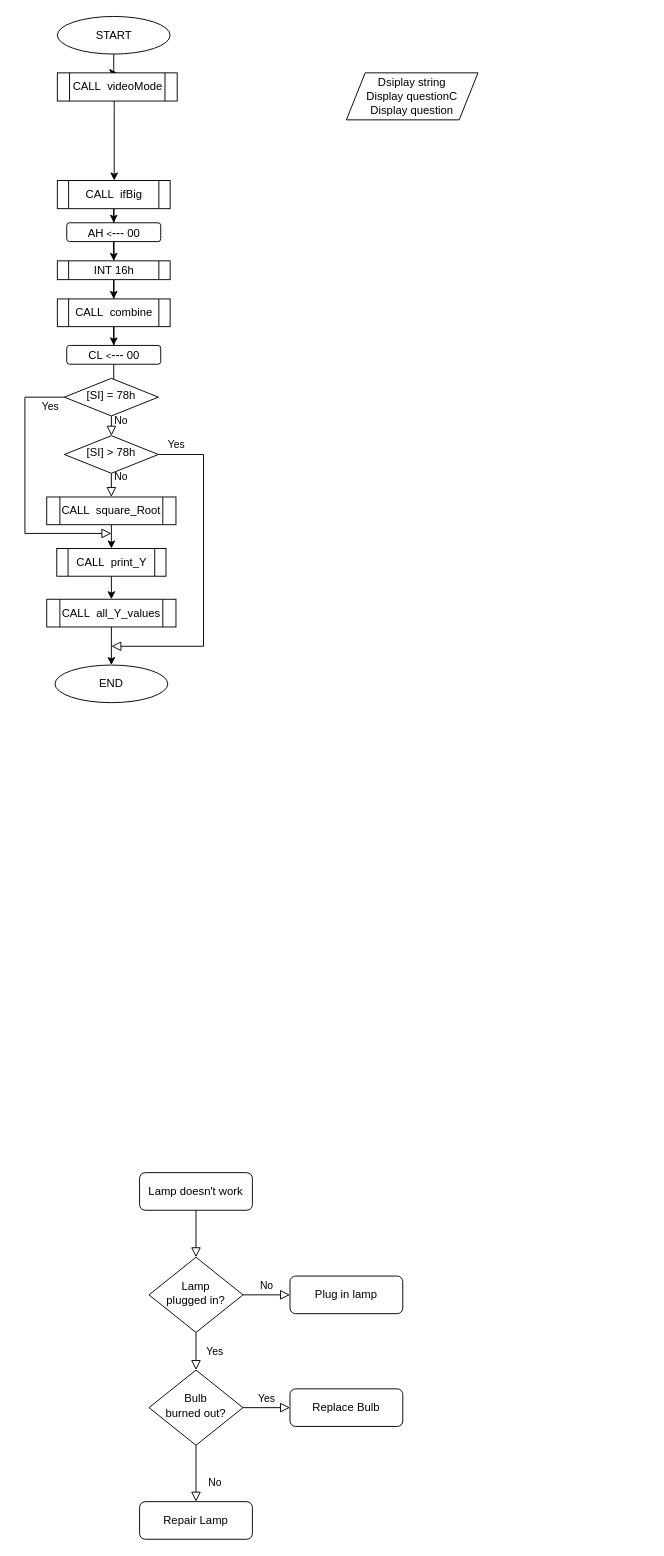
Before: micro_mt2_2.drawio in mmuurraatt/My-Projects-On-Github, a draw.io diagram. Source tidied: cells renumbered, new cells numbered last; positions are measured from the earlier drawing's top-left corner, leaving out a move shared by most shapes. Both pictures are drawn from the tidied source at 94%, with x=0, y=0 at pixel (24, 16).
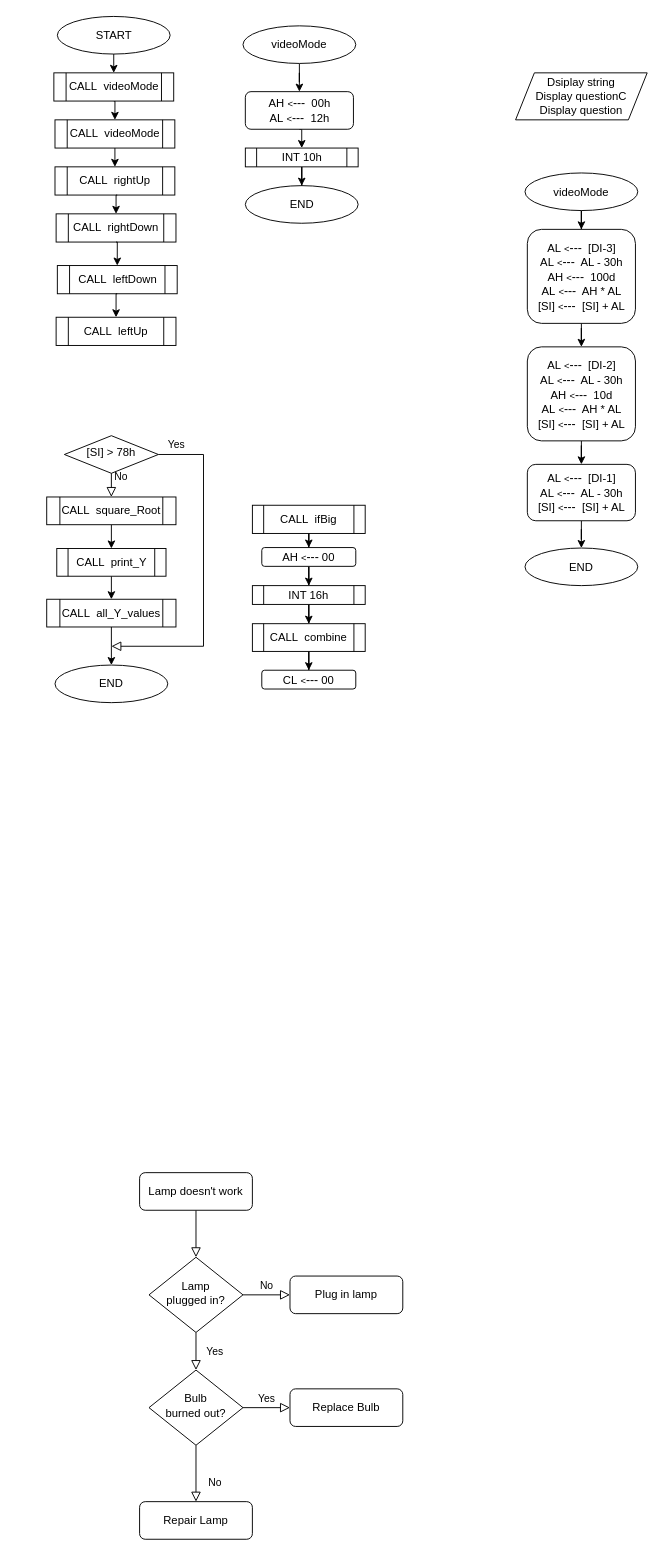
The same diagram, later.

The change refers to these unchanged cells:
```xml
<mxCell id="31" value="[SI] &amp;gt; 78h" style="rhombus;whiteSpace=wrap;html=1;shadow=0;fontFamily=Helvetica;fontSize=12;align=center;strokeWidth=1;spacing=6;spacingTop=-4;" parent="1" vertex="1">
  <mxGeometry x="42" y="446" width="100" height="40" as="geometry" />
</mxCell>
```

Diff of the diagram source:
```diff
@@
     <mxCell id="15" value="Dsiplay string&lt;br&gt;Display questionC&lt;br&gt;Display question" style="shape=parallelogram;perimeter=parallelogramPerimeter;whiteSpace=wrap;html=1;fixedSize=1;" parent="1" vertex="1">
-      <mxGeometry x="342" y="60" width="140" height="50" as="geometry" />
+      <mxGeometry x="522" y="60" width="140" height="50" as="geometry" />
     </mxCell>
-    <mxCell id="16" style="edgeStyle=orthogonalEdgeStyle;rounded=0;jettySize=auto;html=1;" parent="1" edge="1" source="17" target="19">
-      <mxGeometry relative="1" as="geometry">
-        <Array as="points">
-          <mxPoint x="95" y="100" />
-          <mxPoint x="95" y="100" />
-        </Array>
-      </mxGeometry>
-    </mxCell>
+    <mxCell id="41" style="edgeStyle=orthogonalEdgeStyle;rounded=0;jettySize=auto;html=1;exitX=0.5;exitY=1;exitDx=0;exitDy=0;entryX=0.5;entryY=0;entryDx=0;entryDy=0;" parent="1" edge="1" source="17" target="43">
+      <mxGeometry relative="1" as="geometry" />
+    </mxCell>
     <mxCell id="17" value="CALL&amp;nbsp; videoMode" style="shape=process;whiteSpace=wrap;html=1;backgroundOutline=1;" parent="1" vertex="1">
-      <mxGeometry x="34.5" y="60" width="127.5" height="30" as="geometry" />
+      <mxGeometry x="30.8" y="60" width="127.5" height="30" as="geometry" />
     </mxCell>
@@
     <mxCell id="19" value="CALL&amp;nbsp; ifBig" style="shape=process;whiteSpace=wrap;html=1;backgroundOutline=1;" parent="1" vertex="1">
-      <mxGeometry x="34.5" y="174.5" width="120" height="30" as="geometry" />
+      <mxGeometry x="242" y="520" width="120" height="30" as="geometry" />
     </mxCell>
@@
     <mxCell id="21" value="AH&amp;nbsp;&lt;font style=&quot;font-size: 10px&quot;&gt;&amp;lt;&lt;/font&gt;&lt;font style=&quot;font-size: 13px&quot;&gt;---&lt;/font&gt;&amp;nbsp;00" style="rounded=1;whiteSpace=wrap;html=1;fontSize=12;glass=0;strokeWidth=1;shadow=0;" parent="1" vertex="1">
-      <mxGeometry x="44.5" y="219.5" width="100" height="20" as="geometry" />
+      <mxGeometry x="252" y="565" width="100" height="20" as="geometry" />
     </mxCell>
@@
     <mxCell id="23" value="INT 16h" style="shape=process;whiteSpace=wrap;html=1;backgroundOutline=1;" parent="1" vertex="1">
-      <mxGeometry x="34.5" y="260" width="120" height="20" as="geometry" />
+      <mxGeometry x="242" y="605.5" width="120" height="20" as="geometry" />
     </mxCell>
@@
     <mxCell id="25" value="CALL&amp;nbsp; combine" style="shape=process;whiteSpace=wrap;html=1;backgroundOutline=1;" parent="1" vertex="1">
-      <mxGeometry x="34.5" y="300.5" width="120" height="29.5" as="geometry" />
+      <mxGeometry x="242" y="646" width="120" height="29.5" as="geometry" />
     </mxCell>
-    <mxCell id="26" style="edgeStyle=orthogonalEdgeStyle;rounded=0;jettySize=auto;html=1;" parent="1" edge="1" source="27" target="28">
-      <mxGeometry relative="1" as="geometry" />
-    </mxCell>
     <mxCell id="27" value="CL&amp;nbsp;&lt;font style=&quot;font-size: 10px&quot;&gt;&amp;lt;&lt;/font&gt;&lt;font style=&quot;font-size: 13px&quot;&gt;---&lt;/font&gt;&amp;nbsp;00" style="rounded=1;whiteSpace=wrap;html=1;fontSize=12;glass=0;strokeWidth=1;shadow=0;" parent="1" vertex="1">
-      <mxGeometry x="44.5" y="350" width="100" height="20" as="geometry" />
+      <mxGeometry x="252" y="695.5" width="100" height="20" as="geometry" />
     </mxCell>
-    <mxCell id="28" value="[SI] = 78h" style="rhombus;whiteSpace=wrap;html=1;shadow=0;fontFamily=Helvetica;fontSize=12;align=center;strokeWidth=1;spacing=6;spacingTop=-4;" parent="1" vertex="1">
-      <mxGeometry x="42" y="385" width="100" height="40" as="geometry" />
-    </mxCell>
-    <mxCell id="29" value="No" style="edgeStyle=orthogonalEdgeStyle;rounded=0;html=1;jettySize=auto;fontSize=11;endArrow=block;endFill=0;endSize=8;strokeWidth=1;shadow=0;labelBackgroundColor=none;exitX=0.5;exitY=1;exitDx=0;exitDy=0;entryX=0.5;entryY=0;entryDx=0;entryDy=0;" parent="1" edge="1" source="28" target="31">
-      <mxGeometry x="-0.52" y="10" relative="1" as="geometry" />
-    </mxCell>
-    <mxCell id="30" value="Yes" style="rounded=0;html=1;jettySize=auto;fontSize=11;endArrow=block;endFill=0;endSize=8;strokeWidth=1;shadow=0;labelBackgroundColor=none;edgeStyle=orthogonalEdgeStyle;exitX=0;exitY=0.5;exitDx=0;exitDy=0;" parent="1" edge="1" source="28">
-      <mxGeometry x="-0.89" y="10" relative="1" as="geometry">
-        <mxPoint x="92" y="550" as="targetPoint" />
-        <Array as="points">
-          <mxPoint y="405" />
-          <mxPoint y="550" />
-        </Array>
-      </mxGeometry>
-    </mxCell>
@@
+    <mxCell id="42" style="edgeStyle=orthogonalEdgeStyle;rounded=0;jettySize=auto;html=1;exitX=0.5;exitY=1;exitDx=0;exitDy=0;entryX=0.5;entryY=0;entryDx=0;entryDy=0;" parent="1" edge="1" source="43" target="44">
+      <mxGeometry relative="1" as="geometry" />
+    </mxCell>
+    <mxCell id="43" value="CALL&amp;nbsp; videoMode" style="shape=process;whiteSpace=wrap;html=1;backgroundOutline=1;" parent="1" vertex="1">
+      <mxGeometry x="32" y="110" width="127.5" height="30" as="geometry" />
+    </mxCell>
+    <mxCell id="44" value="CALL&amp;nbsp; rightUp" style="shape=process;whiteSpace=wrap;html=1;backgroundOutline=1;" parent="1" vertex="1">
+      <mxGeometry x="32" y="160" width="127.5" height="30" as="geometry" />
+    </mxCell>
+    <mxCell id="45" style="edgeStyle=orthogonalEdgeStyle;rounded=0;jettySize=auto;html=1;exitX=0.5;exitY=1;exitDx=0;exitDy=0;entryX=0.5;entryY=0;entryDx=0;entryDy=0;" parent="1" edge="1" target="46">
+      <mxGeometry relative="1" as="geometry">
+        <mxPoint x="98.2" y="190" as="sourcePoint" />
+      </mxGeometry>
+    </mxCell>
+    <mxCell id="46" value="CALL&amp;nbsp; rightDown" style="shape=process;whiteSpace=wrap;html=1;backgroundOutline=1;" parent="1" vertex="1">
+      <mxGeometry x="33.2" y="210" width="127.5" height="30" as="geometry" />
+    </mxCell>
+    <mxCell id="47" style="edgeStyle=orthogonalEdgeStyle;rounded=0;jettySize=auto;html=1;exitX=0.5;exitY=1;exitDx=0;exitDy=0;entryX=0.5;entryY=0;entryDx=0;entryDy=0;" parent="1" edge="1" source="46" target="48">
+      <mxGeometry relative="1" as="geometry" />
+    </mxCell>
+    <mxCell id="48" value="CALL&amp;nbsp; leftDown" style="shape=process;whiteSpace=wrap;html=1;backgroundOutline=1;" parent="1" vertex="1">
+      <mxGeometry x="34.5" y="265" width="127.5" height="30" as="geometry" />
+    </mxCell>
+    <mxCell id="49" style="edgeStyle=orthogonalEdgeStyle;rounded=0;jettySize=auto;html=1;exitX=0.5;exitY=1;exitDx=0;exitDy=0;entryX=0.5;entryY=0;entryDx=0;entryDy=0;" parent="1" edge="1" target="50">
+      <mxGeometry relative="1" as="geometry">
+        <mxPoint x="98.2" y="295" as="sourcePoint" />
+      </mxGeometry>
+    </mxCell>
+    <mxCell id="50" value="CALL&amp;nbsp; leftUp" style="shape=process;whiteSpace=wrap;html=1;backgroundOutline=1;" parent="1" vertex="1">
+      <mxGeometry x="33.2" y="320" width="127.5" height="30" as="geometry" />
+    </mxCell>
+    <mxCell id="51" style="edgeStyle=orthogonalEdgeStyle;rounded=0;jettySize=auto;html=1;" parent="1" edge="1" source="52" target="54">
+      <mxGeometry relative="1" as="geometry" />
+    </mxCell>
+    <mxCell id="52" value="videoMode" style="ellipse;whiteSpace=wrap;html=1;" parent="1" vertex="1">
+      <mxGeometry x="232" y="10" width="120" height="40" as="geometry" />
+    </mxCell>
+    <mxCell id="53" style="edgeStyle=orthogonalEdgeStyle;rounded=0;jettySize=auto;html=1;exitX=0.5;exitY=1;exitDx=0;exitDy=0;entryX=0.5;entryY=0;entryDx=0;entryDy=0;" parent="1" edge="1" source="54" target="66">
+      <mxGeometry relative="1" as="geometry" />
+    </mxCell>
+    <mxCell id="54" value="AH&amp;nbsp;&lt;font style=&quot;font-size: 10px&quot;&gt;&amp;lt;&lt;/font&gt;&lt;font style=&quot;font-size: 13px&quot;&gt;---&lt;/font&gt;&amp;nbsp; 00h&lt;br&gt;AL&amp;nbsp;&lt;font style=&quot;font-size: 10px&quot;&gt;&amp;lt;&lt;/font&gt;&lt;font style=&quot;font-size: 13px&quot;&gt;---&lt;/font&gt;&amp;nbsp; 12h" style="rounded=1;whiteSpace=wrap;html=1;fontSize=12;glass=0;strokeWidth=1;shadow=0;" parent="1" vertex="1">
+      <mxGeometry x="234.5" y="80" width="115" height="40" as="geometry" />
+    </mxCell>
+    <mxCell id="55" value="END" style="ellipse;whiteSpace=wrap;html=1;" parent="1" vertex="1">
+      <mxGeometry x="234.5" y="180" width="120" height="40" as="geometry" />
+    </mxCell>
+    <mxCell id="56" style="edgeStyle=orthogonalEdgeStyle;rounded=0;jettySize=auto;html=1;" parent="1" edge="1" source="57" target="59">
+      <mxGeometry relative="1" as="geometry" />
+    </mxCell>
+    <mxCell id="57" value="videoMode" style="ellipse;whiteSpace=wrap;html=1;" parent="1" vertex="1">
+      <mxGeometry x="532" y="166.5" width="120" height="40" as="geometry" />
+    </mxCell>
+    <mxCell id="58" style="edgeStyle=orthogonalEdgeStyle;rounded=0;jettySize=auto;html=1;" parent="1" edge="1" source="59" target="61">
+      <mxGeometry relative="1" as="geometry" />
+    </mxCell>
+    <mxCell id="59" value="AL&amp;nbsp;&lt;font style=&quot;font-size: 10px&quot;&gt;&amp;lt;&lt;/font&gt;&lt;font style=&quot;font-size: 13px&quot;&gt;---&lt;/font&gt;&amp;nbsp; [DI-3]&lt;br&gt;AL&amp;nbsp;&lt;font style=&quot;font-size: 10px&quot;&gt;&amp;lt;&lt;/font&gt;&lt;font style=&quot;font-size: 13px&quot;&gt;---&lt;/font&gt;&amp;nbsp; AL - 30h&lt;br&gt;AH&amp;nbsp;&lt;font style=&quot;font-size: 10px&quot;&gt;&amp;lt;&lt;/font&gt;&lt;font style=&quot;font-size: 13px&quot;&gt;---&lt;/font&gt;&amp;nbsp; 100d&lt;br&gt;AL&amp;nbsp;&lt;font style=&quot;font-size: 10px&quot;&gt;&amp;lt;&lt;/font&gt;&lt;font style=&quot;font-size: 13px&quot;&gt;---&lt;/font&gt;&amp;nbsp; AH * AL&lt;br&gt;[SI]&amp;nbsp;&lt;font style=&quot;font-size: 10px&quot;&gt;&amp;lt;&lt;/font&gt;&lt;font style=&quot;font-size: 13px&quot;&gt;---&lt;/font&gt;&amp;nbsp; [SI] + AL" style="rounded=1;whiteSpace=wrap;html=1;fontSize=12;glass=0;strokeWidth=1;shadow=0;" parent="1" vertex="1">
+      <mxGeometry x="534.5" y="226.5" width="115" height="100" as="geometry" />
+    </mxCell>
+    <mxCell id="60" style="edgeStyle=orthogonalEdgeStyle;rounded=0;jettySize=auto;html=1;" parent="1" edge="1" source="61" target="63">
+      <mxGeometry relative="1" as="geometry" />
+    </mxCell>
+    <mxCell id="61" value="AL&amp;nbsp;&lt;font style=&quot;font-size: 10px&quot;&gt;&amp;lt;&lt;/font&gt;&lt;font style=&quot;font-size: 13px&quot;&gt;---&lt;/font&gt;&amp;nbsp; [DI-2]&lt;br&gt;AL&amp;nbsp;&lt;font style=&quot;font-size: 10px&quot;&gt;&amp;lt;&lt;/font&gt;&lt;font style=&quot;font-size: 13px&quot;&gt;---&lt;/font&gt;&amp;nbsp; AL - 30h&lt;br&gt;AH&amp;nbsp;&lt;font style=&quot;font-size: 10px&quot;&gt;&amp;lt;&lt;/font&gt;&lt;font style=&quot;font-size: 13px&quot;&gt;---&lt;/font&gt;&amp;nbsp; 10d&lt;br&gt;AL&amp;nbsp;&lt;font style=&quot;font-size: 10px&quot;&gt;&amp;lt;&lt;/font&gt;&lt;font style=&quot;font-size: 13px&quot;&gt;---&lt;/font&gt;&amp;nbsp; AH * AL&lt;br&gt;[SI]&amp;nbsp;&lt;font style=&quot;font-size: 10px&quot;&gt;&amp;lt;&lt;/font&gt;&lt;font style=&quot;font-size: 13px&quot;&gt;---&lt;/font&gt;&amp;nbsp; [SI] + AL" style="rounded=1;whiteSpace=wrap;html=1;fontSize=12;glass=0;strokeWidth=1;shadow=0;" parent="1" vertex="1">
+      <mxGeometry x="534.5" y="351.5" width="115" height="100" as="geometry" />
+    </mxCell>
+    <mxCell id="62" style="edgeStyle=orthogonalEdgeStyle;rounded=0;jettySize=auto;html=1;" parent="1" edge="1" source="63" target="64">
+      <mxGeometry relative="1" as="geometry" />
+    </mxCell>
+    <mxCell id="63" value="AL&amp;nbsp;&lt;font style=&quot;font-size: 10px&quot;&gt;&amp;lt;&lt;/font&gt;&lt;font style=&quot;font-size: 13px&quot;&gt;---&lt;/font&gt;&amp;nbsp; [DI-1]&lt;br&gt;AL&amp;nbsp;&lt;font style=&quot;font-size: 10px&quot;&gt;&amp;lt;&lt;/font&gt;&lt;font style=&quot;font-size: 13px&quot;&gt;---&lt;/font&gt;&amp;nbsp; AL - 30h&lt;br&gt;[SI]&amp;nbsp;&lt;font style=&quot;font-size: 10px&quot;&gt;&amp;lt;&lt;/font&gt;&lt;font style=&quot;font-size: 13px&quot;&gt;---&lt;/font&gt;&amp;nbsp; [SI] + AL" style="rounded=1;whiteSpace=wrap;html=1;fontSize=12;glass=0;strokeWidth=1;shadow=0;" parent="1" vertex="1">
+      <mxGeometry x="534.5" y="476.5" width="115" height="60" as="geometry" />
+    </mxCell>
+    <mxCell id="64" value="END" style="ellipse;whiteSpace=wrap;html=1;" parent="1" vertex="1">
+      <mxGeometry x="532" y="565.5" width="120" height="40" as="geometry" />
+    </mxCell>
+    <mxCell id="65" style="edgeStyle=orthogonalEdgeStyle;rounded=0;jettySize=auto;html=1;" parent="1" edge="1" source="66" target="55">
+      <mxGeometry relative="1" as="geometry" />
+    </mxCell>
+    <mxCell id="66" value="INT 10h" style="shape=process;whiteSpace=wrap;html=1;backgroundOutline=1;" parent="1" vertex="1">
+      <mxGeometry x="234.5" y="140" width="120" height="20" as="geometry" />
+    </mxCell>
```
